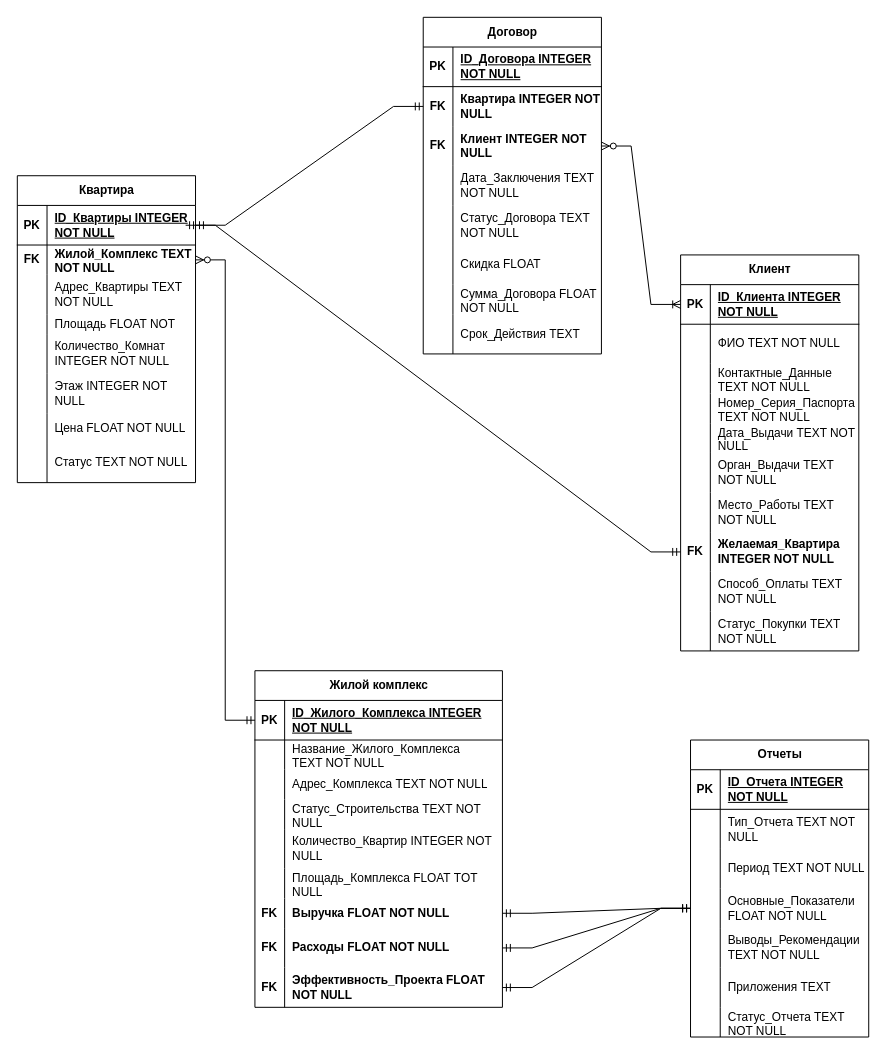
The draw.io diagram ER_Продажи_KRYUKOV_SAVELIY.drawio in half-crazyyy/DBMS_MIPT, before the edit. Source tidied: cells renumbered, new cells numbered last; positions are measured from the earlier drawing's top-left corner, leaving out a move shared by most shapes. Both pictures are drawn from the tidied source at 99%, with x=0, y=0 at pixel (17, 17).
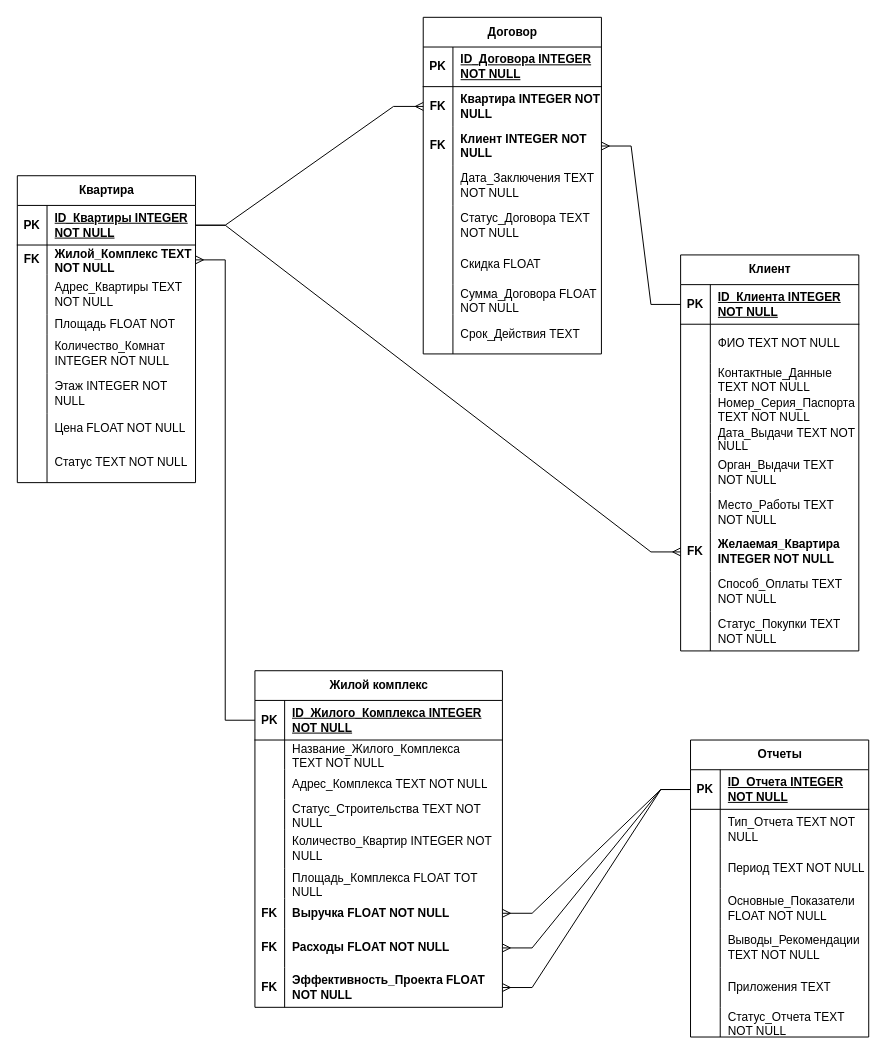
The same diagram, later.

The change refers to these unchanged cells:
```xml
<mxCell id="3" style="shape=tableRow;horizontal=0;startSize=0;swimlaneHead=0;swimlaneBody=0;fillColor=none;points=[[0,0.5],[1,0.5]];portConstraint=eastwest;top=0;left=0;right=0;bottom=1;" parent="2" vertex="1">
  <mxGeometry y="30" width="180" height="40" as="geometry" />
</mxCell>
<mxCell id="6" style="shape=tableRow;horizontal=0;startSize=0;swimlaneHead=0;swimlaneBody=0;fillColor=none;points=[[0,0.5],[1,0.5]];portConstraint=eastwest;top=0;left=0;right=0;bottom=0;" parent="2" vertex="1">
  <mxGeometry y="70" width="180" height="30" as="geometry" />
</mxCell>
<mxCell id="28" style="shape=tableRow;horizontal=0;startSize=0;swimlaneHead=0;swimlaneBody=0;fillColor=none;points=[[0,0.5],[1,0.5]];portConstraint=eastwest;top=0;left=0;right=0;bottom=1;" parent="27" vertex="1">
  <mxGeometry y="30" width="180" height="40" as="geometry" />
</mxCell>
<mxCell id="49" style="shape=tableRow;horizontal=0;startSize=0;swimlaneHead=0;swimlaneBody=0;fillColor=none;points=[[0,0.5],[1,0.5]];portConstraint=eastwest;top=0;left=0;right=0;bottom=0;" parent="27" vertex="1">
  <mxGeometry y="280" width="180" height="40" as="geometry" />
</mxCell>
<mxCell id="59" style="shape=tableRow;horizontal=0;startSize=0;swimlaneHead=0;swimlaneBody=0;fillColor=none;points=[[0,0.5],[1,0.5]];portConstraint=eastwest;top=0;left=0;right=0;bottom=1;" parent="58" vertex="1">
  <mxGeometry y="30" width="180" height="40" as="geometry" />
</mxCell>
<mxCell id="68" style="shape=tableRow;horizontal=0;startSize=0;swimlaneHead=0;swimlaneBody=0;fillColor=none;top=0;left=0;right=0;bottom=0;" parent="58" vertex="1">
  <mxGeometry y="150" width="180" height="40" as="geometry" />
</mxCell>
<mxCell id="81" style="shape=tableRow;horizontal=0;startSize=0;swimlaneHead=0;swimlaneBody=0;fillColor=none;points=[[0,0.5],[1,0.5]];portConstraint=eastwest;top=0;left=0;right=0;bottom=1;" parent="80" vertex="1">
  <mxGeometry y="30" width="250" height="40" as="geometry" />
</mxCell>
<mxCell id="99" style="shape=tableRow;horizontal=0;startSize=0;swimlaneHead=0;swimlaneBody=0;fillColor=none;points=[[0,0.5],[1,0.5]];portConstraint=eastwest;top=0;left=0;right=0;bottom=0;" parent="80" vertex="1">
  <mxGeometry y="230" width="250" height="30" as="geometry" />
</mxCell>
<mxCell id="102" style="shape=tableRow;horizontal=0;startSize=0;swimlaneHead=0;swimlaneBody=0;fillColor=none;points=[[0,0.5],[1,0.5]];portConstraint=eastwest;top=0;left=0;right=0;bottom=0;" parent="80" vertex="1">
  <mxGeometry y="260" width="250" height="40" as="geometry" />
</mxCell>
<mxCell id="105" style="shape=tableRow;horizontal=0;startSize=0;swimlaneHead=0;swimlaneBody=0;fillColor=none;points=[[0,0.5],[1,0.5]];portConstraint=eastwest;top=0;left=0;right=0;bottom=0;" parent="80" vertex="1">
  <mxGeometry y="300" width="250" height="40" as="geometry" />
</mxCell>
<mxCell id="112" style="shape=tableRow;horizontal=0;startSize=0;swimlaneHead=0;swimlaneBody=0;fillColor=none;points=[[0,0.5],[1,0.5]];portConstraint=eastwest;top=0;left=0;right=0;bottom=0;" parent="108" vertex="1">
  <mxGeometry y="70" width="180" height="40" as="geometry" />
</mxCell>
<mxCell id="115" style="shape=tableRow;horizontal=0;startSize=0;swimlaneHead=0;swimlaneBody=0;fillColor=none;points=[[0,0.5],[1,0.5]];portConstraint=eastwest;top=0;left=0;right=0;bottom=0;" parent="108" vertex="1">
  <mxGeometry y="110" width="180" height="40" as="geometry" />
</mxCell>
```

Change to the diagram source:
```diff
@@
-    <mxCell id="70" value="Основные_Показатели FLOAT NOT NULL" style="shape=partialRectangle;fillColor=none;top=0;left=0;bottom=0;right=0;align=left;spacingLeft=6;overflow=hidden;whiteSpace=wrap;html=1;" parent="68" vertex="1">
+    <mxCell id="70" value="&lt;span&gt;Основные_Показатели FLOAT NOT NULL&lt;/span&gt;" style="shape=partialRectangle;fillColor=none;top=0;left=0;bottom=0;right=0;align=left;spacingLeft=6;overflow=hidden;whiteSpace=wrap;html=1;fontStyle=0;" parent="68" vertex="1">
       <mxGeometry x="30" width="150" height="40" as="geometry" />
     </mxCell>
@@
-    <mxCell id="133" style="edgeStyle=entityRelationEdgeStyle;fontSize=12;html=1;endArrow=ERmandOne;startArrow=ERmandOne;rounded=0;exitX=1;exitY=0.5;exitDx=0;exitDy=0;entryX=0;entryY=0.5;entryDx=0;entryDy=0;" parent="1" edge="1" source="3" target="112">
-      <mxGeometry relative="1" as="geometry">
-        <Array as="points">
-          <mxPoint x="260" y="130" />
-        </Array>
-      </mxGeometry>
+    <mxCell id="133" style="edgeStyle=entityRelationEdgeStyle;fontSize=12;html=1;endArrow=ERmany;rounded=0;exitX=1;exitY=0.5;exitDx=0;exitDy=0;entryX=0;entryY=0.5;entryDx=0;entryDy=0;" parent="1" edge="1" source="3" target="112">
+      <mxGeometry relative="1" as="geometry" />
     </mxCell>
-    <mxCell id="134" style="edgeStyle=entityRelationEdgeStyle;fontSize=12;html=1;endArrow=ERoneToMany;startArrow=ERzeroToMany;rounded=0;entryX=0;entryY=0.5;entryDx=0;entryDy=0;" parent="1" edge="1" source="115" target="28">
-      <mxGeometry relative="1" as="geometry">
-        <Array as="points">
-          <mxPoint x="680" y="80" />
-          <mxPoint x="700" y="130" />
-        </Array>
-      </mxGeometry>
-    </mxCell>
+    <mxCell id="140" style="edgeStyle=entityRelationEdgeStyle;fontSize=12;html=1;endArrow=ERmany;rounded=0;exitX=0;exitY=0.5;exitDx=0;exitDy=0;entryX=1;entryY=0.5;entryDx=0;entryDy=0;" parent="1" edge="1" source="28" target="115">
+      <mxGeometry relative="1" as="geometry" />
+    </mxCell>
-    <mxCell id="135" style="edgeStyle=entityRelationEdgeStyle;fontSize=12;html=1;endArrow=ERzeroToMany;startArrow=ERmandOne;rounded=0;exitX=0;exitY=0.5;exitDx=0;exitDy=0;" parent="1" edge="1" source="81" target="6">
+    <mxCell id="135" style="edgeStyle=entityRelationEdgeStyle;fontSize=12;html=1;endArrow=ERmany;rounded=0;exitX=0;exitY=0.5;exitDx=0;exitDy=0;entryX=1;entryY=0.5;entryDx=0;entryDy=0;" parent="1" edge="1" source="81" target="6">
       <mxGeometry relative="1" as="geometry" />
     </mxCell>
-    <mxCell id="136" style="edgeStyle=entityRelationEdgeStyle;fontSize=12;html=1;endArrow=ERmandOne;startArrow=ERmandOne;rounded=0;entryX=0;entryY=0.5;entryDx=0;entryDy=0;" parent="1" edge="1" target="49">
-      <mxGeometry relative="1" as="geometry">
-        <mxPoint x="170" y="210" as="sourcePoint" />
-        <Array as="points">
-          <mxPoint x="380" y="430" />
-          <mxPoint x="380" y="430" />
-        </Array>
-      </mxGeometry>
-    </mxCell>
-    <mxCell id="137" style="edgeStyle=entityRelationEdgeStyle;fontSize=12;html=1;endArrow=ERmandOne;startArrow=ERmandOne;rounded=0;exitX=1;exitY=0.5;exitDx=0;exitDy=0;" parent="1" edge="1" source="99">
-      <mxGeometry relative="1" as="geometry">
-        <mxPoint x="680" y="900" as="targetPoint" />
-      </mxGeometry>
-    </mxCell>
-    <mxCell id="138" style="edgeStyle=entityRelationEdgeStyle;fontSize=12;html=1;endArrow=ERmandOne;startArrow=ERmandOne;rounded=0;exitX=1;exitY=0.5;exitDx=0;exitDy=0;" parent="1" edge="1" source="102">
-      <mxGeometry relative="1" as="geometry">
-        <mxPoint x="680" y="900" as="targetPoint" />
-      </mxGeometry>
-    </mxCell>
-    <mxCell id="139" style="edgeStyle=entityRelationEdgeStyle;fontSize=12;html=1;endArrow=ERmandOne;startArrow=ERmandOne;rounded=0;exitX=1;exitY=0.5;exitDx=0;exitDy=0;" parent="1" edge="1" source="105">
-      <mxGeometry relative="1" as="geometry">
-        <mxPoint x="680" y="900" as="targetPoint" />
-      </mxGeometry>
-    </mxCell>
+    <mxCell id="141" style="edgeStyle=entityRelationEdgeStyle;fontSize=12;html=1;endArrow=ERmany;rounded=0;exitX=0;exitY=0.5;exitDx=0;exitDy=0;entryX=1;entryY=0.5;entryDx=0;entryDy=0;" parent="1" edge="1" source="59" target="99">
+      <mxGeometry relative="1" as="geometry" />
+    </mxCell>
+    <mxCell id="142" style="edgeStyle=entityRelationEdgeStyle;fontSize=12;html=1;endArrow=ERmany;rounded=0;entryX=1;entryY=0.5;entryDx=0;entryDy=0;exitX=0;exitY=0.5;exitDx=0;exitDy=0;" parent="1" edge="1" source="59" target="102">
+      <mxGeometry relative="1" as="geometry" />
+    </mxCell>
+    <mxCell id="143" style="edgeStyle=entityRelationEdgeStyle;fontSize=12;html=1;endArrow=ERmany;rounded=0;entryX=1;entryY=0.5;entryDx=0;entryDy=0;exitX=0;exitY=0.5;exitDx=0;exitDy=0;" parent="1" edge="1" source="59" target="105">
+      <mxGeometry relative="1" as="geometry" />
+    </mxCell>
+    <mxCell id="144" style="edgeStyle=entityRelationEdgeStyle;fontSize=12;html=1;endArrow=ERmany;rounded=0;exitX=1;exitY=0.5;exitDx=0;exitDy=0;entryX=0;entryY=0.5;entryDx=0;entryDy=0;" parent="1" edge="1" source="3" target="49">
+      <mxGeometry relative="1" as="geometry" />
+    </mxCell>
```
